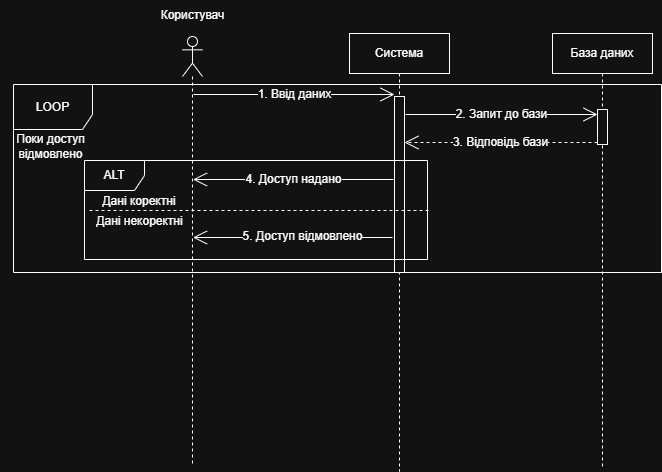
Earlier version of the draw.io export lab3/UC_login/login_SD.drawio.png (MihajloVat/KPI_labs_3_sem). Source tidied: cells renumbered, new cells last; positions are measured from the earlier drawing's top-left corner, leaving out a move shared by most shapes.
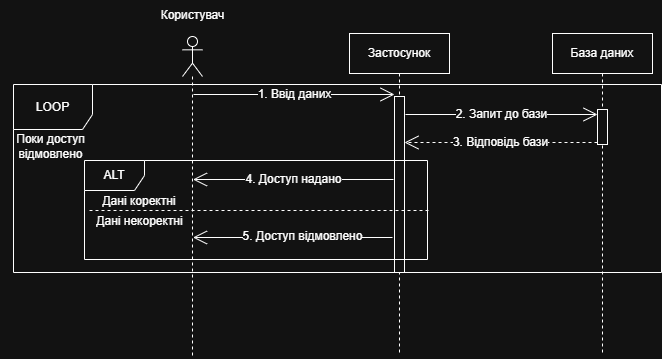
After the commit.

Commit message:
lil improvments

Diff of the diagram source:
```diff
@@ -2,20 +2,20 @@
   <root>
     <mxCell id="0" />
     <mxCell id="1" parent="0" />
-    <mxCell id="2" style="shape=umlLifeline;perimeter=lifelinePerimeter;whiteSpace=wrap;html=1;newEdgeStyle={&quot;curved&quot;:0,&quot;rounded&quot;:0};participant=umlActor;" parent="1" vertex="1">
-      <mxGeometry x="182" y="36" width="20" height="430" as="geometry" />
-    </mxCell>
-    <mxCell id="3" value="Система" style="shape=umlLifeline;perimeter=lifelinePerimeter;whiteSpace=wrap;html=1;newEdgeStyle={&quot;curved&quot;:0,&quot;rounded&quot;:0};" parent="1" vertex="1">
-      <mxGeometry x="349" y="33" width="100" height="438" as="geometry" />
-    </mxCell>
+    <mxCell id="19" style="shape=umlLifeline;perimeter=lifelinePerimeter;whiteSpace=wrap;html=1;newEdgeStyle={&quot;curved&quot;:0,&quot;rounded&quot;:0};participant=umlActor;" parent="1" vertex="1">
+      <mxGeometry x="182" y="36" width="20" height="322" as="geometry" />
+    </mxCell>
+    <mxCell id="20" value="Застосунок" style="shape=umlLifeline;perimeter=lifelinePerimeter;whiteSpace=wrap;html=1;newEdgeStyle={&quot;curved&quot;:0,&quot;rounded&quot;:0};" parent="1" vertex="1">
+      <mxGeometry x="349" y="33" width="100" height="321" as="geometry" />
+    </mxCell>
-    <mxCell id="4" style="html=1;perimeter=orthogonalPerimeter;targetShapes=umlLifeline;newEdgeStyle={&quot;curved&quot;:0,&quot;rounded&quot;:0};" parent="3" vertex="1">
+    <mxCell id="4" style="html=1;perimeter=orthogonalPerimeter;targetShapes=umlLifeline;newEdgeStyle={&quot;curved&quot;:0,&quot;rounded&quot;:0};" parent="20" vertex="1">
       <mxGeometry x="45" y="63" width="10" height="176" as="geometry" />
     </mxCell>
     <mxCell id="5" value="Користувач" style="text;html=1;whiteSpace=wrap;strokeColor=none;fillColor=none;align=center;verticalAlign=middle;rounded=0;" parent="1" vertex="1">
       <mxGeometry x="152.5" width="79" height="30" as="geometry" />
     </mxCell>
     <mxCell id="6" value="База даних" style="shape=umlLifeline;perimeter=lifelinePerimeter;whiteSpace=wrap;html=1;newEdgeStyle={&quot;curved&quot;:0,&quot;rounded&quot;:0};" parent="1" vertex="1">
-      <mxGeometry x="552" y="33" width="100" height="436" as="geometry" />
+      <mxGeometry x="552" y="33" width="100" height="320" as="geometry" />
     </mxCell>
     <mxCell id="7" style="html=1;points=[[0,0,0,0,5],[0,1,0,0,-5],[1,0,0,0,5],[1,1,0,0,-5]];perimeter=orthogonalPerimeter;outlineConnect=0;targetShapes=umlLifeline;portConstraint=eastwest;newEdgeStyle={&quot;curved&quot;:0,&quot;rounded&quot;:0};" parent="6" vertex="1">
       <mxGeometry x="45" y="76" width="10" height="35" as="geometry" />
@@ -52,9 +52,9 @@
     <mxCell id="13" value="ALT" style="shape=umlFrame;whiteSpace=wrap;html=1;" parent="1" vertex="1">
       <mxGeometry x="84" y="160" width="343" height="99" as="geometry" />
     </mxCell>
-    <mxCell id="14" style="line;strokeWidth=1;fillColor=none;align=left;verticalAlign=middle;spacingTop=-1;spacingLeft=3;spacingRight=3;labelPosition=right;strokeColor=inherit;dashed=1;" parent="1" vertex="1">
-      <mxGeometry x="89" y="206" width="339" height="8" as="geometry" />
-    </mxCell>
+    <mxCell id="21" style="line;strokeWidth=1;fillColor=none;align=left;verticalAlign=middle;spacingTop=-1;spacingLeft=3;spacingRight=3;labelPosition=right;strokeColor=inherit;dashed=1;" parent="1" vertex="1">
+      <mxGeometry x="89" y="206" width="339" height="8" as="geometry" />
+    </mxCell>
     <mxCell id="15" value="LOOP" style="shape=umlFrame;whiteSpace=wrap;html=1;width=79;height=45;" parent="1" vertex="1">
       <mxGeometry x="13" y="84" width="648" height="188" as="geometry" />
     </mxCell>
```
